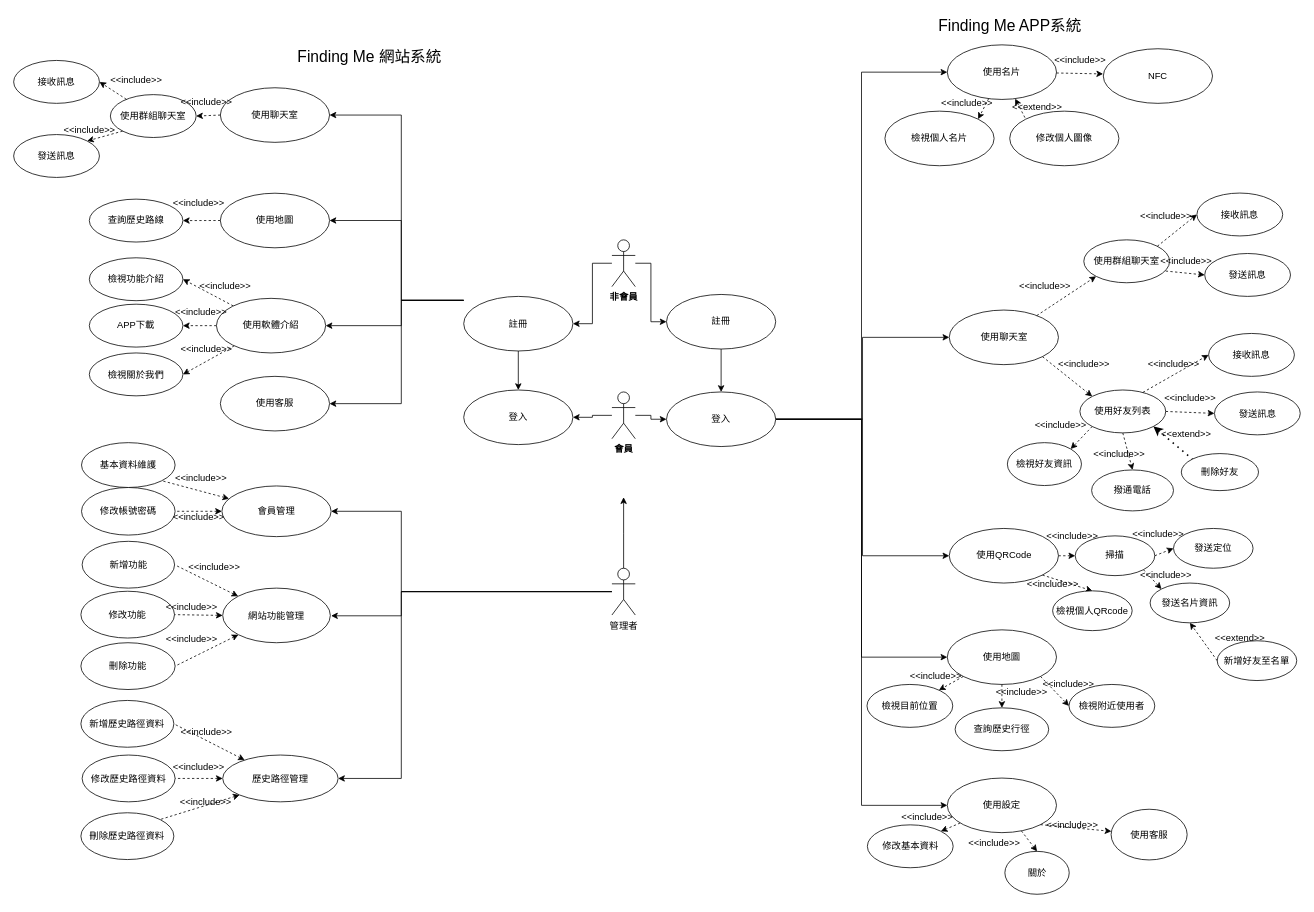
Above: page "使用個案圖" (1 of 3) of Untitled Diagram.drawio in may900620/codepanimg (draw.io), before the change. Source tidied: cells renumbered, new cells numbered last; positions are measured from the earlier drawing's top-left corner, leaving out a move shared by most shapes. Both pictures are drawn from the tidied source at 78%, with x=0, y=0 at pixel (13, 13).
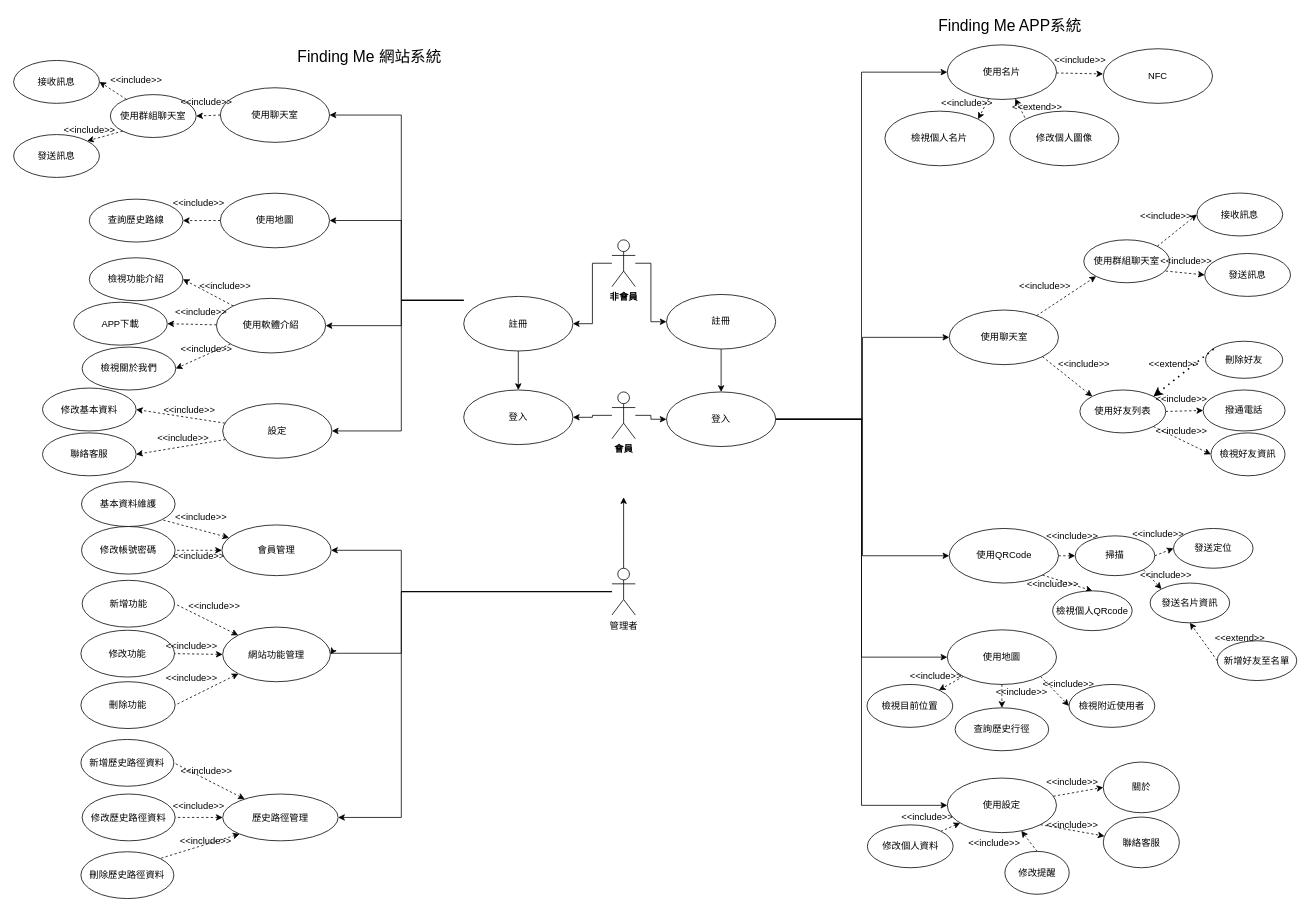
Above is the later version.

Unchanged cells that the change refers to:
```xml
<mxCell id="12" value="管理者" style="shape=umlActor;verticalLabelPosition=bottom;verticalAlign=top;html=1;fillColor=default;strokeColor=default;fontColor=default;" parent="1" vertex="1">
  <mxGeometry x="767" y="711" width="30" height="60" as="geometry" />
</mxCell>
<mxCell id="33" value="使用設定" style="ellipse;whiteSpace=wrap;html=1;fillColor=default;strokeColor=default;fontColor=default;" parent="1" vertex="1">
  <mxGeometry x="1197" y="980" width="140" height="70" as="geometry" />
</mxCell>
<mxCell id="48" value="使用好友列表" style="ellipse;whiteSpace=wrap;html=1;fillColor=default;strokeColor=default;fontColor=default;" parent="1" vertex="1">
  <mxGeometry x="1367" y="482.5" width="110" height="55" as="geometry" />
</mxCell>
```

Change to the diagram source:
```diff
@@
     <mxCell id="9" style="edgeStyle=orthogonalEdgeStyle;rounded=0;jettySize=auto;html=1;entryX=1;entryY=0.5;entryDx=0;entryDy=0;startArrow=none;startFill=0;endArrow=classic;endFill=1;" parent="1" edge="1" source="12" target="90">
       <mxGeometry relative="1" as="geometry">
         <Array as="points">
           <mxPoint x="497" y="741" />
-          <mxPoint x="497" y="638" />
+          <mxPoint x="497" y="688" />
         </Array>
       </mxGeometry>
     </mxCell>
     <mxCell id="10" style="edgeStyle=orthogonalEdgeStyle;rounded=0;jettySize=auto;html=1;entryX=1;entryY=0.5;entryDx=0;entryDy=0;startArrow=none;startFill=0;endArrow=classic;endFill=1;" parent="1" edge="1" source="12" target="97">
       <mxGeometry relative="1" as="geometry">
         <Array as="points">
           <mxPoint x="497" y="741" />
-          <mxPoint x="497" y="981" />
-          <mxPoint x="416" y="981" />
+          <mxPoint x="497" y="1031" />
         </Array>
       </mxGeometry>
     </mxCell>
-    <mxCell id="11" style="edgeStyle=orthogonalEdgeStyle;rounded=0;jettySize=auto;html=1;startArrow=none;startFill=0;endArrow=classic;endFill=1;" parent="1" edge="1" source="12">
+    <mxCell id="11" style="edgeStyle=orthogonalEdgeStyle;rounded=0;jettySize=auto;html=1;startArrow=none;startFill=0;endArrow=classic;endFill=1;entryX=1;entryY=0.5;entryDx=0;entryDy=0;" parent="1" edge="1" source="12" target="96">
       <mxGeometry relative="1" as="geometry">
-        <mxPoint x="407" y="772" as="targetPoint" />
         <Array as="points">
           <mxPoint x="497" y="741" />
-          <mxPoint x="497" y="772" />
+          <mxPoint x="497" y="820" />
+          <mxPoint x="407" y="820" />
         </Array>
       </mxGeometry>
     </mxCell>
@@
-    <mxCell id="31" style="edgeStyle=none;rounded=0;jettySize=auto;html=1;entryX=0.5;entryY=0;entryDx=0;entryDy=0;dashed=1;labelBackgroundColor=default;fontColor=default;endArrow=classic;endFill=1;strokeColor=default;" parent="1" edge="1" source="33" target="37">
+    <mxCell id="31" style="edgeStyle=none;rounded=0;jettySize=auto;html=1;entryX=0.5;entryY=0;entryDx=0;entryDy=0;dashed=1;labelBackgroundColor=default;fontColor=default;endArrow=none;endFill=0;strokeColor=default;startArrow=classic;startFill=1;" parent="1" edge="1" source="33" target="37">
       <mxGeometry relative="1" as="geometry" />
     </mxCell>
-    <mxCell id="32" style="edgeStyle=none;rounded=0;jettySize=auto;html=1;entryX=1;entryY=0;entryDx=0;entryDy=0;dashed=1;labelBackgroundColor=default;fontColor=default;endArrow=classic;endFill=1;strokeColor=default;" parent="1" edge="1" source="33" target="40">
+    <mxCell id="32" style="edgeStyle=none;rounded=0;jettySize=auto;html=1;entryX=1;entryY=0;entryDx=0;entryDy=0;dashed=1;labelBackgroundColor=default;fontColor=default;endArrow=none;endFill=0;strokeColor=default;startArrow=classic;startFill=1;" parent="1" edge="1" source="33" target="40">
       <mxGeometry relative="1" as="geometry" />
     </mxCell>
+    <mxCell id="158" style="rounded=0;jettySize=auto;html=1;entryX=0;entryY=0.5;entryDx=0;entryDy=0;dashed=1;" parent="1" edge="1" source="33" target="161">
+      <mxGeometry relative="1" as="geometry" />
+    </mxCell>
@@
-    <mxCell id="37" value="關於" style="ellipse;whiteSpace=wrap;html=1;fontColor=default;strokeColor=default;fillColor=default;" parent="1" vertex="1">
+    <mxCell id="37" value="修改提醒" style="ellipse;whiteSpace=wrap;html=1;fontColor=default;strokeColor=default;fillColor=default;" parent="1" vertex="1">
       <mxGeometry x="1270.8" y="1074" width="82.5" height="55" as="geometry" />
     </mxCell>
@@
-    <mxCell id="40" value="修改基本資料" style="ellipse;whiteSpace=wrap;html=1;fillColor=default;strokeColor=default;fontColor=default;" parent="1" vertex="1">
+    <mxCell id="40" value="修改個人資料" style="ellipse;whiteSpace=wrap;html=1;fillColor=default;strokeColor=default;fontColor=default;" parent="1" vertex="1">
       <mxGeometry x="1094.5" y="1040" width="110" height="55" as="geometry" />
     </mxCell>
@@
-    <mxCell id="42" value="&lt;div&gt;使用客服&lt;/div&gt;" style="ellipse;whiteSpace=wrap;html=1;fontColor=default;strokeColor=default;fillColor=default;" parent="1" vertex="1">
-      <mxGeometry x="1407" y="1020" width="97.5" height="65" as="geometry" />
+    <mxCell id="42" value="&lt;div&gt;聯絡客服&lt;/div&gt;" style="ellipse;whiteSpace=wrap;html=1;fontColor=default;strokeColor=default;fillColor=default;" parent="1" vertex="1">
+      <mxGeometry x="1397" y="1030" width="97.5" height="65" as="geometry" />
     </mxCell>
@@
     <mxCell id="44" value="撥通電話" style="ellipse;whiteSpace=wrap;html=1;fillColor=default;strokeColor=default;fontColor=default;" parent="1" vertex="1">
-      <mxGeometry x="1382" y="585" width="105" height="52.5" as="geometry" />
+      <mxGeometry x="1525" y="482.5" width="105" height="52.5" as="geometry" />
     </mxCell>
-    <mxCell id="45" style="edgeStyle=none;rounded=0;jettySize=auto;html=1;entryX=0.5;entryY=0;entryDx=0;entryDy=0;dashed=1;labelBackgroundColor=default;fontColor=default;endArrow=classic;endFill=1;strokeColor=default;exitX=0.5;exitY=1;exitDx=0;exitDy=0;" parent="1" edge="1" source="48" target="44">
+    <mxCell id="45" style="edgeStyle=none;rounded=0;jettySize=auto;html=1;entryX=0;entryY=0.5;entryDx=0;entryDy=0;dashed=1;labelBackgroundColor=default;fontColor=default;endArrow=classic;endFill=1;strokeColor=default;exitX=1;exitY=0.5;exitDx=0;exitDy=0;" parent="1" edge="1" source="48" target="44">
       <mxGeometry x="400" y="480" as="geometry" />
     </mxCell>
@@
     <mxCell id="57" value="&amp;lt;&amp;lt;include&amp;gt;&amp;gt;" style="text;html=1;align=center;verticalAlign=middle;strokeColor=none;fillColor=none;fontColor=default;" parent="1" vertex="1">
-      <mxGeometry x="1377" y="555" width="80" height="20" as="geometry" />
+      <mxGeometry x="1457" y="485" width="80" height="20" as="geometry" />
     </mxCell>
-    <mxCell id="58" value="發送訊息" style="ellipse;whiteSpace=wrap;html=1;fillColor=default;strokeColor=default;fontColor=default;" parent="1" vertex="1">
-      <mxGeometry x="1539.5" y="485" width="110" height="55" as="geometry" />
-    </mxCell>
-    <mxCell id="59" value="接收訊息" style="ellipse;whiteSpace=wrap;html=1;fillColor=default;strokeColor=default;fontColor=default;" parent="1" vertex="1">
-      <mxGeometry x="1532" y="410" width="110" height="55" as="geometry" />
-    </mxCell>
-    <mxCell id="60" style="endArrow=classic;html=1;rounded=0;labelBackgroundColor=default;fontColor=default;strokeColor=default;entryX=0;entryY=0.5;entryDx=0;entryDy=0;exitX=1;exitY=0.5;exitDx=0;exitDy=0;dashed=1;endFill=1;startArrow=none;startFill=0;" parent="1" edge="1" source="48" target="58">
-      <mxGeometry x="320" y="590" as="geometry" />
-    </mxCell>
-    <mxCell id="61" style="endArrow=classic;html=1;rounded=0;labelBackgroundColor=default;fontColor=default;strokeColor=default;entryX=0;entryY=0.5;entryDx=0;entryDy=0;exitX=0.734;exitY=0.056;exitDx=0;exitDy=0;dashed=1;endFill=1;startArrow=none;startFill=0;exitPerimeter=0;" parent="1" edge="1" source="48" target="59">
-      <mxGeometry x="330" y="600" as="geometry" />
-    </mxCell>
@@
-    <mxCell id="65" value="&amp;lt;&amp;lt;include&amp;gt;&amp;gt;" style="text;html=1;align=center;verticalAlign=middle;strokeColor=none;fillColor=none;fontColor=default;" parent="1" vertex="1">
-      <mxGeometry x="1447" y="440" width="80" height="20" as="geometry" />
-    </mxCell>
-    <mxCell id="66" value="&amp;lt;&amp;lt;include&amp;gt;&amp;gt;" style="text;html=1;align=center;verticalAlign=middle;strokeColor=none;fillColor=none;fontColor=default;" parent="1" vertex="1">
-      <mxGeometry x="1468" y="482.5" width="80" height="20" as="geometry" />
-    </mxCell>
@@
+    <mxCell id="159" style="edgeStyle=none;rounded=0;jettySize=auto;html=1;entryX=1;entryY=0.5;entryDx=0;entryDy=0;dashed=1;" parent="1" edge="1" source="79" target="163">
+      <mxGeometry relative="1" as="geometry" />
+    </mxCell>
+    <mxCell id="160" style="edgeStyle=none;rounded=0;jettySize=auto;html=1;entryX=1;entryY=0.5;entryDx=0;entryDy=0;dashed=1;" parent="1" edge="1" source="79" target="164">
+      <mxGeometry relative="1" as="geometry" />
+    </mxCell>
-    <mxCell id="79" value="使用客服" style="ellipse;whiteSpace=wrap;html=1;fillColor=default;strokeColor=default;fontColor=default;" parent="1" vertex="1">
-      <mxGeometry x="265" y="465" width="140" height="70" as="geometry" />
+    <mxCell id="79" value="設定" style="ellipse;whiteSpace=wrap;html=1;fillColor=default;strokeColor=default;fontColor=default;" parent="1" vertex="1">
+      <mxGeometry x="268" y="500" width="140" height="70" as="geometry" />
     </mxCell>
@@
     <mxCell id="87" style="endArrow=classic;html=1;rounded=0;fontSize=20;exitX=0;exitY=0.5;exitDx=0;exitDy=0;entryX=1;entryY=0.5;entryDx=0;entryDy=0;edgeStyle=orthogonalEdgeStyle;" parent="1" edge="1" target="79">
       <mxGeometry relative="1" as="geometry">
         <mxPoint x="577" y="367.5" as="sourcePoint" />
         <Array as="points">
-          <mxPoint x="497" y="368" />
-          <mxPoint x="497" y="500" />
+          <mxPoint x="497" y="367" />
+          <mxPoint x="497" y="535" />
         </Array>
       </mxGeometry>
     </mxCell>
@@
     <mxCell id="90" value="會員管理" style="ellipse;whiteSpace=wrap;html=1;fontColor=default;strokeColor=default;fillColor=default;" parent="1" vertex="1">
-      <mxGeometry x="267" y="605.5" width="140" height="65" as="geometry" />
+      <mxGeometry x="267" y="655.5" width="140" height="65" as="geometry" />
     </mxCell>
     <mxCell id="91" value="修改帳號密碼" style="ellipse;whiteSpace=wrap;html=1;fontColor=default;strokeColor=default;fillColor=default;" parent="1" vertex="1">
-      <mxGeometry x="87" y="607.5" width="120" height="61" as="geometry" />
+      <mxGeometry x="87" y="657.5" width="120" height="61" as="geometry" />
     </mxCell>
     <mxCell id="92" value="基本資料維護" style="ellipse;whiteSpace=wrap;html=1;fontColor=default;strokeColor=default;fillColor=default;" parent="1" vertex="1">
-      <mxGeometry x="87" y="550" width="120" height="57.5" as="geometry" />
+      <mxGeometry x="87" y="600" width="120" height="57.5" as="geometry" />
     </mxCell>
     <mxCell id="93" value="&amp;lt;&amp;lt;include&amp;gt;&amp;gt;" style="text;html=1;align=center;verticalAlign=middle;strokeColor=none;fillColor=none;fontColor=default;" parent="1" vertex="1">
-      <mxGeometry x="197" y="635.5" width="80" height="20" as="geometry" />
+      <mxGeometry x="197" y="685.5" width="80" height="20" as="geometry" />
     </mxCell>
     <mxCell id="94" value="&amp;lt;&amp;lt;include&amp;gt;&amp;gt;" style="text;html=1;align=center;verticalAlign=middle;strokeColor=none;fillColor=none;fontColor=default;" parent="1" vertex="1">
-      <mxGeometry x="200" y="585.5" width="80" height="20" as="geometry" />
+      <mxGeometry x="200" y="635.5" width="80" height="20" as="geometry" />
     </mxCell>
@@
     <mxCell id="96" value="網站功能管理" style="ellipse;whiteSpace=wrap;html=1;fontColor=default;strokeColor=default;fillColor=default;" parent="1" vertex="1">
-      <mxGeometry x="268" y="736.5" width="138" height="70" as="geometry" />
+      <mxGeometry x="268" y="786.5" width="138" height="70" as="geometry" />
     </mxCell>
     <mxCell id="97" value="歷史路徑管理" style="ellipse;whiteSpace=wrap;html=1;fontColor=default;strokeColor=default;fillColor=default;" parent="1" vertex="1">
-      <mxGeometry x="268" y="950.5" width="148" height="60" as="geometry" />
+      <mxGeometry x="268" y="1000.5" width="148" height="60" as="geometry" />
     </mxCell>
     <mxCell id="98" value="新增歷史路徑資料" style="ellipse;whiteSpace=wrap;html=1;" parent="1" vertex="1">
-      <mxGeometry x="86.2" y="880.5" width="119.2" height="60" as="geometry" />
+      <mxGeometry x="86.2" y="930.5" width="119.2" height="60" as="geometry" />
     </mxCell>
     <mxCell id="99" value="修改歷史路徑資料" style="ellipse;whiteSpace=wrap;html=1;" parent="1" vertex="1">
-      <mxGeometry x="87.8" y="950.5" width="119.2" height="60" as="geometry" />
+      <mxGeometry x="87.8" y="1000.5" width="119.2" height="60" as="geometry" />
     </mxCell>
     <mxCell id="100" value="刪除歷史路徑資料" style="ellipse;whiteSpace=wrap;html=1;" parent="1" vertex="1">
-      <mxGeometry x="86.2" y="1024.5" width="119.2" height="60" as="geometry" />
+      <mxGeometry x="86.2" y="1074.5" width="119.2" height="60" as="geometry" />
     </mxCell>
@@
     <mxCell id="104" value="&amp;lt;&amp;lt;include&amp;gt;&amp;gt;" style="text;html=1;align=center;verticalAlign=middle;strokeColor=none;fillColor=none;fontColor=default;" parent="1" vertex="1">
-      <mxGeometry x="207" y="910.5" width="80" height="20" as="geometry" />
+      <mxGeometry x="207" y="960.5" width="80" height="20" as="geometry" />
     </mxCell>
     <mxCell id="105" value="&amp;lt;&amp;lt;include&amp;gt;&amp;gt;" style="text;html=1;align=center;verticalAlign=middle;strokeColor=none;fillColor=none;fontColor=default;" parent="1" vertex="1">
-      <mxGeometry x="197" y="955.5" width="80" height="20" as="geometry" />
+      <mxGeometry x="197" y="1005.5" width="80" height="20" as="geometry" />
     </mxCell>
     <mxCell id="106" value="&amp;lt;&amp;lt;include&amp;gt;&amp;gt;" style="text;html=1;align=center;verticalAlign=middle;strokeColor=none;fillColor=none;fontColor=default;" parent="1" vertex="1">
-      <mxGeometry x="205.5" y="1000.5" width="80" height="20" as="geometry" />
+      <mxGeometry x="205.5" y="1050.5" width="80" height="20" as="geometry" />
     </mxCell>
     <mxCell id="107" value="新增功能" style="ellipse;whiteSpace=wrap;html=1;" parent="1" vertex="1">
-      <mxGeometry x="87.8" y="676.5" width="118.5" height="60" as="geometry" />
+      <mxGeometry x="87.8" y="726.5" width="118.5" height="60" as="geometry" />
     </mxCell>
     <mxCell id="108" value="修改功能" style="ellipse;whiteSpace=wrap;html=1;" parent="1" vertex="1">
-      <mxGeometry x="86.2" y="740.5" width="120" height="60" as="geometry" />
+      <mxGeometry x="86.2" y="790.5" width="120" height="60" as="geometry" />
     </mxCell>
     <mxCell id="109" value="刪除功能" style="ellipse;whiteSpace=wrap;html=1;" parent="1" vertex="1">
-      <mxGeometry x="86.2" y="806.5" width="120.8" height="60" as="geometry" />
+      <mxGeometry x="86.2" y="856.5" width="120.8" height="60" as="geometry" />
     </mxCell>
@@
     <mxCell id="113" value="&amp;lt;&amp;lt;include&amp;gt;&amp;gt;" style="text;html=1;align=center;verticalAlign=middle;strokeColor=none;fillColor=none;fontColor=default;" parent="1" vertex="1">
-      <mxGeometry x="217" y="700" width="80" height="20" as="geometry" />
+      <mxGeometry x="217" y="750" width="80" height="20" as="geometry" />
     </mxCell>
     <mxCell id="114" value="&amp;lt;&amp;lt;include&amp;gt;&amp;gt;" style="text;html=1;align=center;verticalAlign=middle;strokeColor=none;fillColor=none;fontColor=default;" parent="1" vertex="1">
-      <mxGeometry x="188" y="751" width="80" height="20" as="geometry" />
+      <mxGeometry x="188" y="801" width="80" height="20" as="geometry" />
     </mxCell>
     <mxCell id="115" value="&amp;lt;&amp;lt;include&amp;gt;&amp;gt;" style="text;html=1;align=center;verticalAlign=middle;strokeColor=none;fillColor=none;fontColor=default;" parent="1" vertex="1">
-      <mxGeometry x="188" y="791.5" width="80" height="20" as="geometry" />
+      <mxGeometry x="188" y="841.5" width="80" height="20" as="geometry" />
     </mxCell>
     <mxCell id="116" value="&amp;lt;&amp;lt;extend&amp;gt;&amp;gt;" style="text;html=1;align=center;verticalAlign=middle;strokeColor=none;fillColor=none;fontColor=default;" parent="1" vertex="1">
-      <mxGeometry x="1463" y="528.8" width="80" height="20" as="geometry" />
+      <mxGeometry x="1447" y="440" width="80" height="20" as="geometry" />
     </mxCell>
     <mxCell id="117" value="刪除好友" style="ellipse;whiteSpace=wrap;html=1;fillColor=default;strokeColor=default;fontColor=default;" parent="1" vertex="1">
-      <mxGeometry x="1497" y="564" width="99" height="47.5" as="geometry" />
+      <mxGeometry x="1528" y="420" width="99" height="47.5" as="geometry" />
     </mxCell>
-    <mxCell id="118" style="endArrow=none;dashed=1;html=1;dashPattern=1 3;strokeWidth=2;rounded=0;entryX=0;entryY=0;entryDx=0;entryDy=0;exitX=1;exitY=1;exitDx=0;exitDy=0;endFill=0;startArrow=classic;startFill=1;" parent="1" edge="1" source="48" target="117">
+    <mxCell id="118" style="endArrow=none;dashed=1;html=1;dashPattern=1 3;strokeWidth=2;rounded=0;entryX=0;entryY=0;entryDx=0;entryDy=0;exitX=1;exitY=0;exitDx=0;exitDy=0;endFill=0;startArrow=classic;startFill=1;" parent="1" edge="1" source="48" target="117">
       <mxGeometry relative="1" as="geometry" />
     </mxCell>
@@
     <mxCell id="122" value="檢視好友資訊" style="ellipse;whiteSpace=wrap;html=1;fillColor=default;strokeColor=default;fontColor=default;" parent="1" vertex="1">
-      <mxGeometry x="1274" y="550" width="95" height="55" as="geometry" />
+      <mxGeometry x="1535" y="537.5" width="95" height="55" as="geometry" />
     </mxCell>
-    <mxCell id="123" style="rounded=0;jettySize=auto;html=1;entryX=1;entryY=0;entryDx=0;entryDy=0;labelBackgroundColor=default;fontColor=default;endArrow=classic;endFill=1;strokeColor=default;dashed=1;exitX=0;exitY=1;exitDx=0;exitDy=0;" parent="1" edge="1" source="48" target="122">
+    <mxCell id="123" style="rounded=0;jettySize=auto;html=1;entryX=0;entryY=0.5;entryDx=0;entryDy=0;labelBackgroundColor=default;fontColor=default;endArrow=classic;endFill=1;strokeColor=default;dashed=1;exitX=1;exitY=1;exitDx=0;exitDy=0;" parent="1" edge="1" source="48" target="122">
       <mxGeometry x="460" y="487.5" as="geometry" />
     </mxCell>
     <mxCell id="124" value="&amp;lt;&amp;lt;include&amp;gt;&amp;gt;" style="text;html=1;align=center;verticalAlign=middle;strokeColor=none;fillColor=none;fontColor=default;" parent="1" vertex="1">
-      <mxGeometry x="1302" y="517.5" width="80" height="20" as="geometry" />
+      <mxGeometry x="1457" y="525" width="80" height="20" as="geometry" />
     </mxCell>
@@
     <mxCell id="147" value="APP下載" style="ellipse;whiteSpace=wrap;html=1;fillColor=default;strokeColor=default;fontColor=default;" parent="1" vertex="1">
-      <mxGeometry x="97" y="372.5" width="120" height="55" as="geometry" />
+      <mxGeometry x="77" y="370" width="120" height="55" as="geometry" />
     </mxCell>
     <mxCell id="148" value="檢視關於我們" style="ellipse;whiteSpace=wrap;html=1;fillColor=default;strokeColor=default;fontColor=default;" parent="1" vertex="1">
-      <mxGeometry x="97" y="435" width="120" height="55" as="geometry" />
+      <mxGeometry x="87.8" y="427.5" width="120" height="55" as="geometry" />
     </mxCell>
@@
+    <mxCell id="161" value="關於" style="ellipse;whiteSpace=wrap;html=1;fontColor=default;strokeColor=default;fillColor=default;" parent="1" vertex="1">
+      <mxGeometry x="1397" y="959.5" width="97.5" height="65" as="geometry" />
+    </mxCell>
+    <mxCell id="162" value="&amp;lt;&amp;lt;include&amp;gt;&amp;gt;" style="text;html=1;align=center;verticalAlign=middle;strokeColor=none;fillColor=none;fontColor=default;" parent="1" vertex="1">
+      <mxGeometry x="1317" y="975.5" width="80" height="20" as="geometry" />
+    </mxCell>
+    <mxCell id="163" value="修改基本資料" style="ellipse;whiteSpace=wrap;html=1;fillColor=default;strokeColor=default;fontColor=default;" parent="1" vertex="1">
+      <mxGeometry x="37" y="480" width="120" height="55" as="geometry" />
+    </mxCell>
+    <mxCell id="164" value="聯絡客服" style="ellipse;whiteSpace=wrap;html=1;fillColor=default;strokeColor=default;fontColor=default;" parent="1" vertex="1">
+      <mxGeometry x="37" y="537.5" width="120" height="55" as="geometry" />
+    </mxCell>
+    <mxCell id="165" value="&amp;lt;&amp;lt;include&amp;gt;&amp;gt;" style="text;html=1;align=center;verticalAlign=middle;strokeColor=none;fillColor=none;fontColor=default;" parent="1" vertex="1">
+      <mxGeometry x="185" y="497.5" width="80" height="20" as="geometry" />
+    </mxCell>
+    <mxCell id="166" value="&amp;lt;&amp;lt;include&amp;gt;&amp;gt;" style="text;html=1;align=center;verticalAlign=middle;strokeColor=none;fillColor=none;fontColor=default;" parent="1" vertex="1">
+      <mxGeometry x="177" y="535" width="80" height="20" as="geometry" />
+    </mxCell>
```
